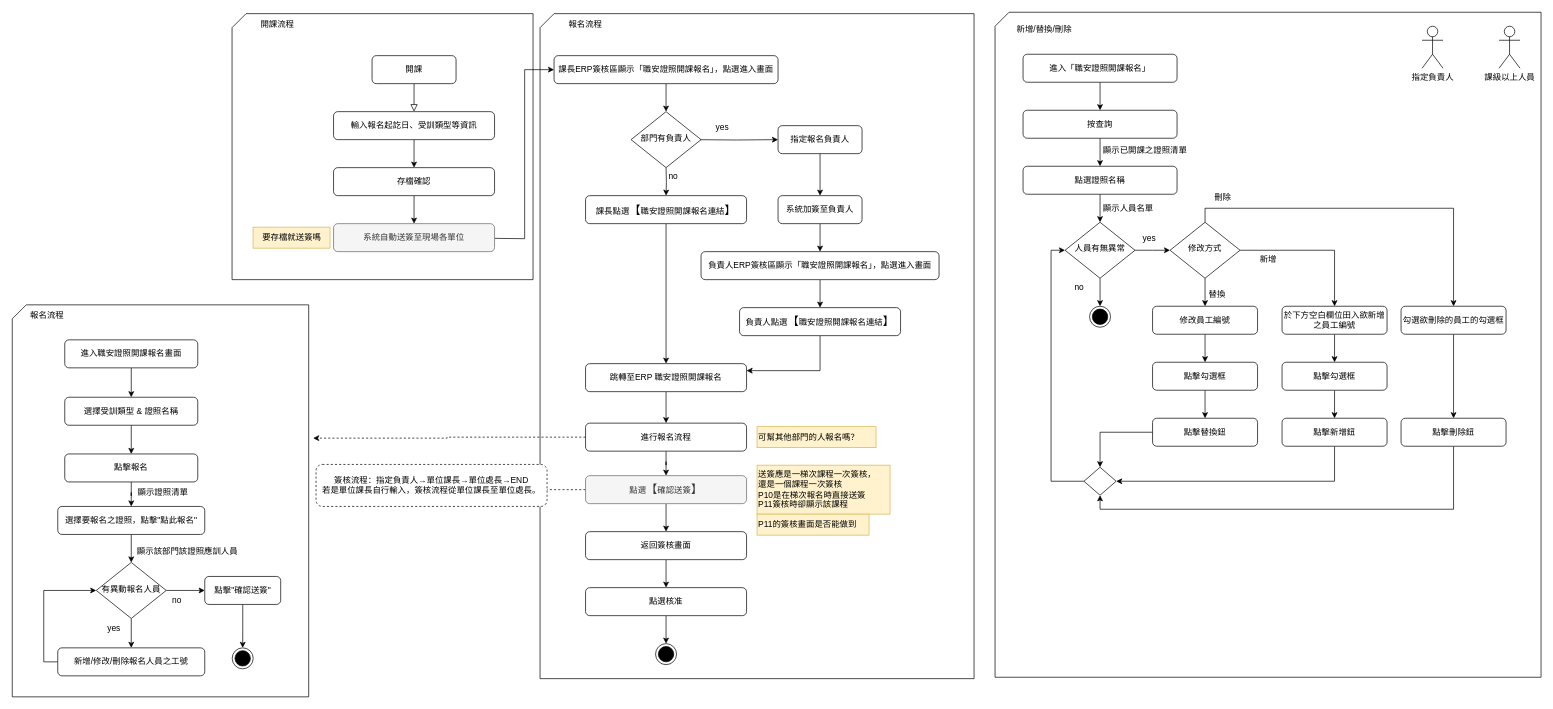
Pan-A321/FH_Drawing keeps this draw.io diagram as page "activity" (2 of 2) of activity/職安證照開課報名程式.drawio. Above is the earlier version. Source tidied: cells renumbered, new cells numbered last; positions are measured from the earlier drawing's top-left corner, leaving out a move shared by most shapes. Both pictures are drawn from the tidied source at 70%, with x=0, y=0 at pixel (12, 12).
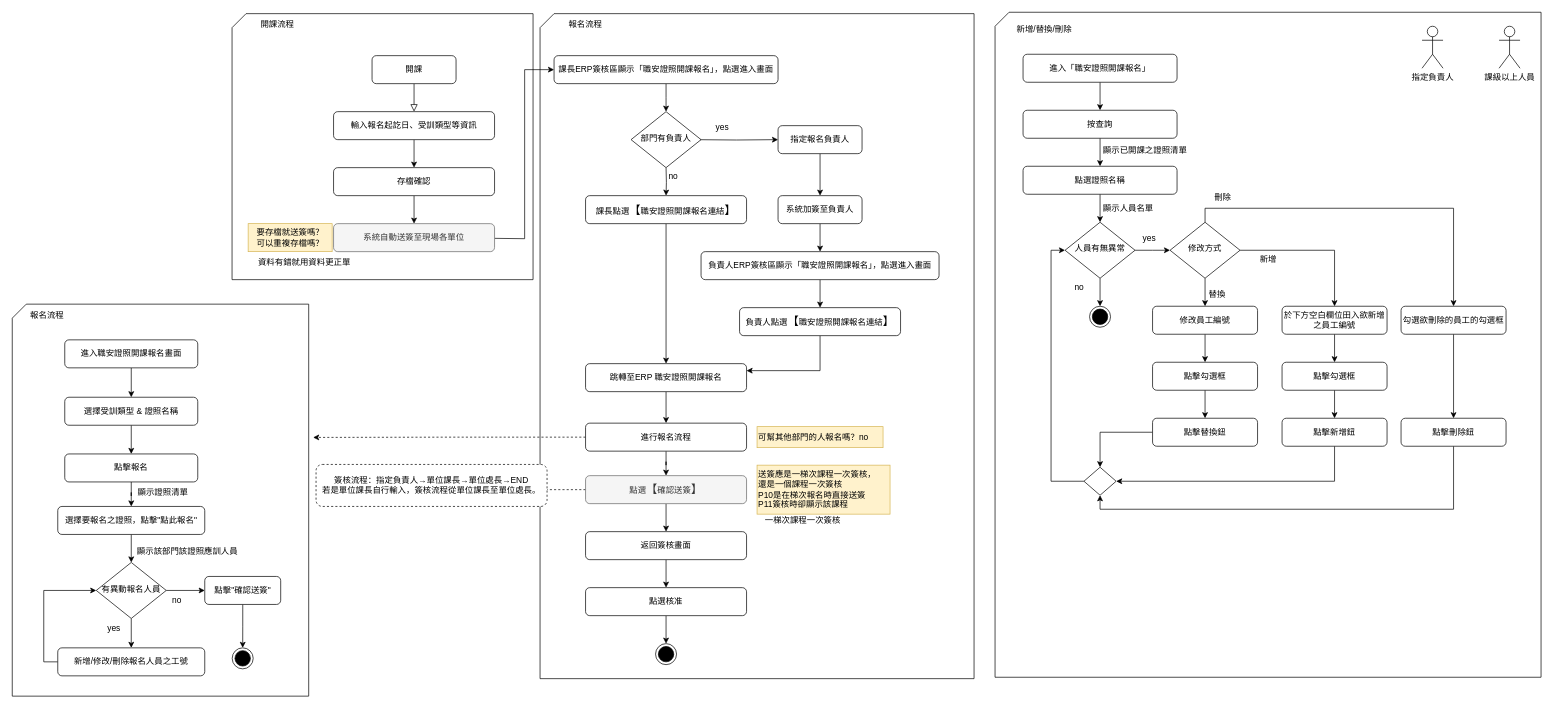
Above is the later version.

What changed in the source:
```diff
@@
     <mxCell id="2" style="verticalLabelPosition=bottom;verticalAlign=top;html=1;shape=card;whiteSpace=wrap;size=20;arcSize=12;" parent="1" vertex="1">
-      <mxGeometry y="418" width="423.5" height="560" as="geometry" />
+      <mxGeometry y="417" width="423.5" height="560" as="geometry" />
     </mxCell>
@@
-    <mxCell id="36" value="可幫其他部門的人報名嗎？" style="text;html=1;align=left;verticalAlign=middle;strokeColor=#d6b656;fillColor=#fff2cc;" parent="1" vertex="1">
-      <mxGeometry x="1064" y="592" width="170" height="30" as="geometry" />
+    <mxCell id="36" value="可幫其他部門的人報名嗎？no" style="text;html=1;align=left;verticalAlign=middle;strokeColor=#d6b656;fillColor=#fff2cc;" parent="1" vertex="1">
+      <mxGeometry x="1064" y="592" width="180" height="30" as="geometry" />
     </mxCell>
@@
-    <mxCell id="49" value="要存檔就送簽嗎" style="text;html=1;align=center;verticalAlign=middle;strokeColor=#d6b656;fillColor=#fff2cc;" parent="1" vertex="1">
-      <mxGeometry x="344" y="307" width="110" height="30" as="geometry" />
+    <mxCell id="49" value="要存檔就送簽嗎？&lt;div&gt;可以重複存檔嗎？&lt;/div&gt;" style="text;html=1;align=center;verticalAlign=middle;strokeColor=#d6b656;fillColor=#fff2cc;" parent="1" vertex="1">
+      <mxGeometry x="337" y="302" width="120" height="40" as="geometry" />
     </mxCell>
@@
-    <mxCell id="90" value="P11的簽核畫面是否能做到" style="text;html=1;align=left;verticalAlign=middle;strokeColor=#d6b656;fillColor=#fff2cc;" parent="1" vertex="1">
-      <mxGeometry x="1064" y="717" width="160" height="30" as="geometry" />
-    </mxCell>
@@
+    <mxCell id="114" value="資料有錯就用資料更正單" style="text;html=1;align=center;verticalAlign=middle;strokeColor=none;fillColor=none;" parent="1" vertex="1">
+      <mxGeometry x="337" y="342" width="160" height="30" as="geometry" />
+    </mxCell>
+    <mxCell id="115" value="&lt;span style=&quot;text-align: left;&quot;&gt;一梯次課程一次簽核&lt;/span&gt;" style="text;html=1;align=center;verticalAlign=middle;strokeColor=none;fillColor=none;" parent="1" vertex="1">
+      <mxGeometry x="1064" y="711" width="130" height="30" as="geometry" />
+    </mxCell>
```
